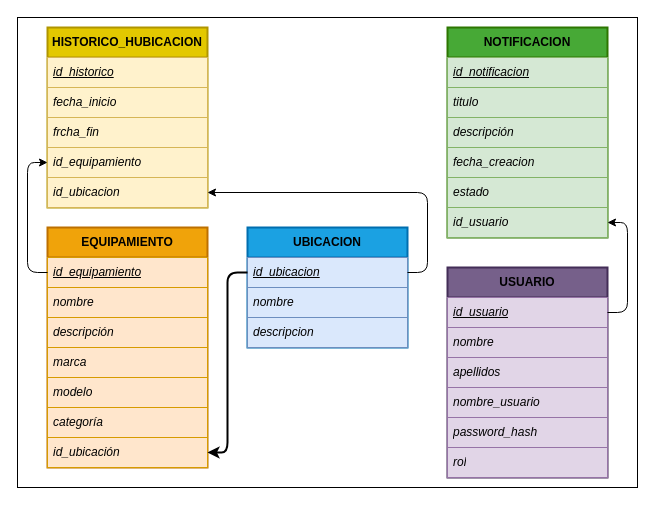
Earlier version of the draw.io diagram page "MODELO DE DATOS" (1 of 4) of Documentacion/Esquemas/Reto_1_esquemasDB.dio (MedievAlex/DAW_Reto_1_Alex_Javier_Luis). Source tidied: cells renumbered, new cells numbered last; positions are measured from the earlier drawing's top-left corner, leaving out a move shared by most shapes. Both pictures are drawn from the tidied source at 100%, with x=0, y=0 at pixel (17, 17).
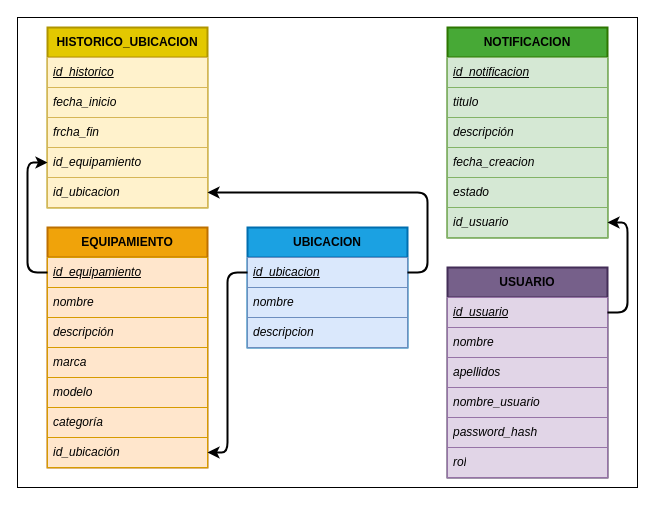
The same diagram, later.

The change refers to these unchanged cells:
```xml
<mxCell id="4" value="&lt;u&gt;id_equipamiento&lt;/u&gt;" style="text;strokeColor=#d79b00;fillColor=#ffe6cc;align=left;verticalAlign=middle;spacingLeft=4;spacingRight=4;overflow=hidden;points=[[0,0.5],[1,0.5]];portConstraint=eastwest;whiteSpace=wrap;html=1;fontStyle=2;" parent="3" vertex="1">
  <mxGeometry y="30" width="160" height="30" as="geometry" />
</mxCell>
<mxCell id="17" value="id_usuario" style="text;strokeColor=#82b366;fillColor=#d5e8d4;align=left;verticalAlign=middle;spacingLeft=4;spacingRight=4;overflow=hidden;points=[[0,0.5],[1,0.5]];portConstraint=eastwest;whiteSpace=wrap;html=1;fontStyle=2;" parent="11" vertex="1">
  <mxGeometry y="180" width="160" height="30" as="geometry" />
</mxCell>
<mxCell id="19" value="&lt;u&gt;id_usuario&lt;/u&gt;" style="text;strokeColor=#9673a6;fillColor=#e1d5e7;align=left;verticalAlign=middle;spacingLeft=4;spacingRight=4;overflow=hidden;points=[[0,0.5],[1,0.5]];portConstraint=eastwest;whiteSpace=wrap;html=1;fontStyle=2;" parent="18" vertex="1">
  <mxGeometry y="30" width="160" height="30" as="geometry" />
</mxCell>
<mxCell id="26" value="&lt;u&gt;id_ubicacion&lt;/u&gt;" style="text;strokeColor=#6c8ebf;fillColor=#dae8fc;align=left;verticalAlign=middle;spacingLeft=4;spacingRight=4;overflow=hidden;points=[[0,0.5],[1,0.5]];portConstraint=eastwest;whiteSpace=wrap;html=1;fontStyle=2;" parent="25" vertex="1">
  <mxGeometry y="30" width="160" height="30" as="geometry" />
</mxCell>
<mxCell id="35" value="id_ubicacion" style="text;strokeColor=#d6b656;fillColor=#fff2cc;align=left;verticalAlign=middle;spacingLeft=4;spacingRight=4;overflow=hidden;points=[[0,0.5],[1,0.5]];portConstraint=eastwest;whiteSpace=wrap;html=1;fontStyle=2;" parent="30" vertex="1">
  <mxGeometry y="150" width="160" height="30" as="geometry" />
</mxCell>
```

Diff of the diagram source:
```diff
@@
-    <mxCell id="30" value="&lt;span style=&quot;color: rgb(0, 0, 0);&quot;&gt;&lt;b&gt;HISTORICO_HUBICACION&lt;/b&gt;&lt;/span&gt;" style="swimlane;fontStyle=0;horizontal=1;startSize=30;whiteSpace=wrap;html=1;fillColor=#e3c800;strokeColor=#B09500;fontColor=#000000;strokeWidth=2;" parent="1" vertex="1">
+    <mxCell id="30" value="&lt;span style=&quot;color: rgb(0, 0, 0);&quot;&gt;&lt;b&gt;HISTORICO_UBICACION&lt;/b&gt;&lt;/span&gt;" style="swimlane;fontStyle=0;horizontal=1;startSize=30;whiteSpace=wrap;html=1;fillColor=#e3c800;strokeColor=#B09500;fontColor=#000000;strokeWidth=2;" parent="1" vertex="1">
       <mxGeometry x="30" y="10" width="160" height="180" as="geometry" />
     </mxCell>
@@
-    <mxCell id="36" style="edgeStyle=none;html=1;exitX=0;exitY=0.5;exitDx=0;exitDy=0;entryX=0;entryY=0.75;entryDx=0;entryDy=0;" parent="1" edge="1" source="4" target="30">
+    <mxCell id="36" style="edgeStyle=none;html=1;exitX=0;exitY=0.5;exitDx=0;exitDy=0;entryX=0;entryY=0.75;entryDx=0;entryDy=0;strokeWidth=2;" parent="1" edge="1" source="4" target="30">
       <mxGeometry relative="1" as="geometry">
         <Array as="points">
           <mxPoint x="10" y="255" />
           <mxPoint x="10" y="145" />
         </Array>
       </mxGeometry>
     </mxCell>
-    <mxCell id="37" style="edgeStyle=none;html=1;exitX=1;exitY=0.5;exitDx=0;exitDy=0;entryX=1;entryY=0.5;entryDx=0;entryDy=0;" parent="1" edge="1" source="26" target="35">
+    <mxCell id="37" style="edgeStyle=none;html=1;exitX=1;exitY=0.5;exitDx=0;exitDy=0;entryX=1;entryY=0.5;entryDx=0;entryDy=0;strokeWidth=2;" parent="1" edge="1" source="26" target="35">
       <mxGeometry relative="1" as="geometry">
         <Array as="points">
           <mxPoint x="410" y="255" />
           <mxPoint x="410" y="175" />
         </Array>
       </mxGeometry>
     </mxCell>
-    <mxCell id="38" style="edgeStyle=none;html=1;exitX=1;exitY=0.5;exitDx=0;exitDy=0;entryX=1;entryY=0.5;entryDx=0;entryDy=0;" parent="1" edge="1" source="19" target="17">
+    <mxCell id="38" style="edgeStyle=none;html=1;exitX=1;exitY=0.5;exitDx=0;exitDy=0;entryX=1;entryY=0.5;entryDx=0;entryDy=0;strokeWidth=2;" parent="1" edge="1" source="19" target="17">
       <mxGeometry relative="1" as="geometry">
         <Array as="points">
           <mxPoint x="610" y="295" />
           <mxPoint x="610" y="205" />
         </Array>
       </mxGeometry>
     </mxCell>
```
